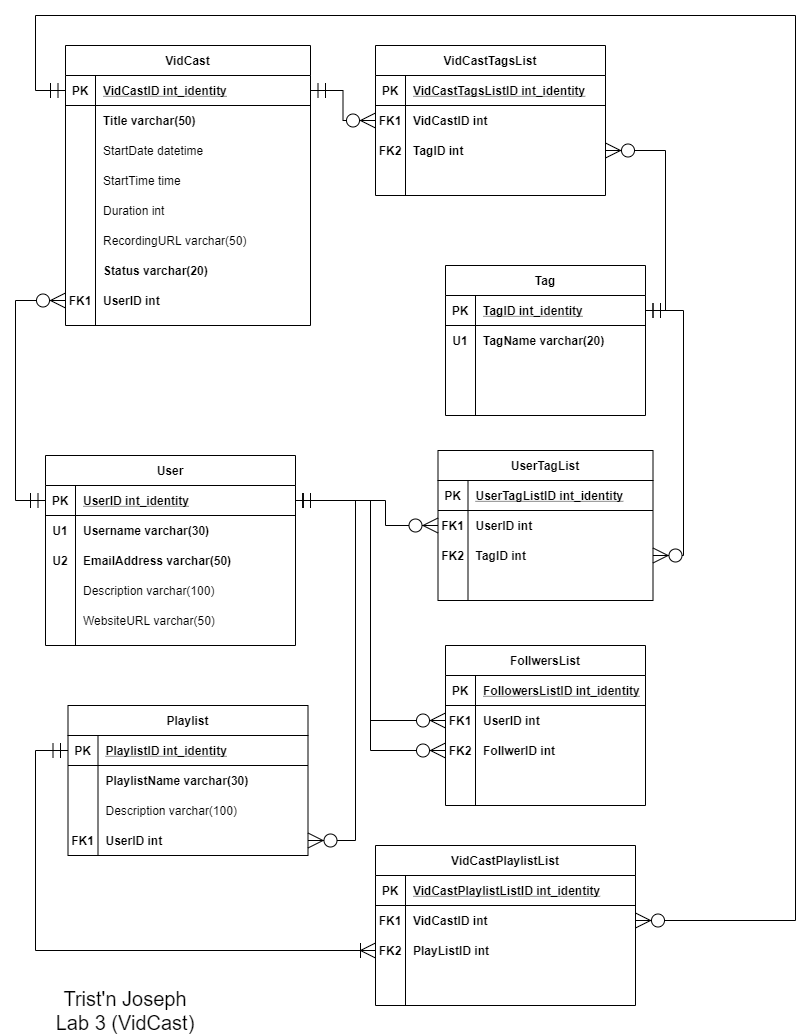
Earlier version of the draw.io export Lab 3/Lab 03 - Logical Modeling (Vidcast).png (trisxcj1/SyracuseUniversity_IST659). Source tidied: cells renumbered, new cells last; positions are measured from the earlier drawing's top-left corner, leaving out a move shared by most shapes.
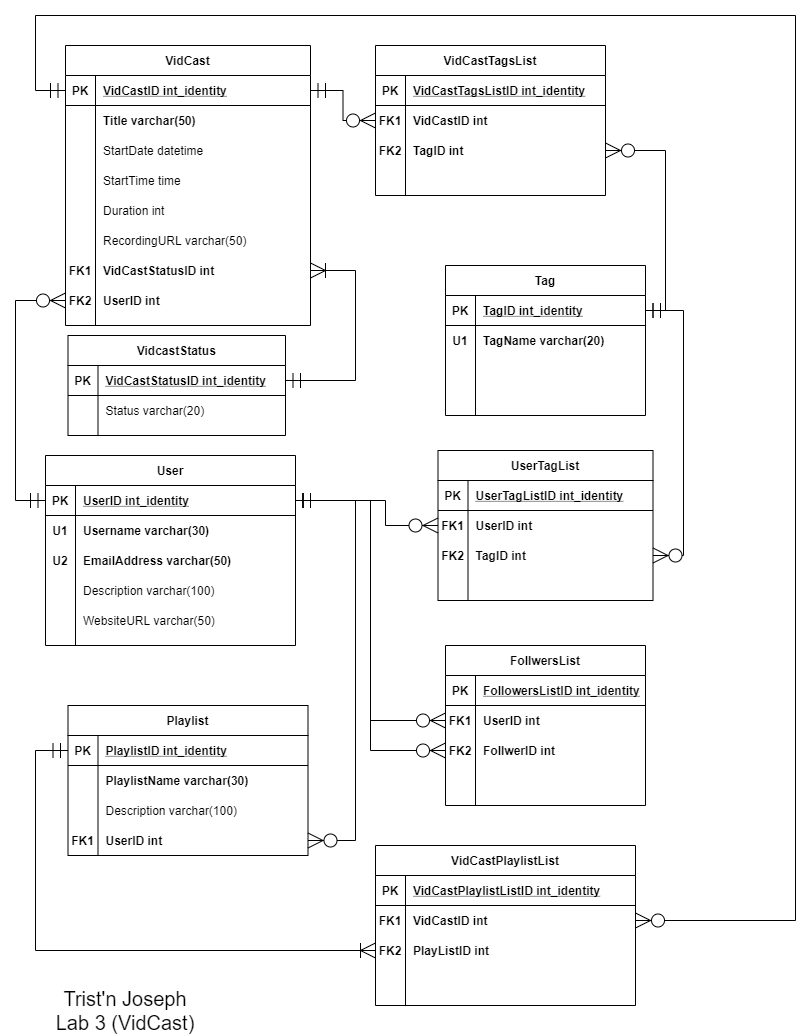
Later version of the same file.

Commit message:
this finite option thingy is wild

The edit, as a diff of the source:
```diff
@@ -149,16 +149,16 @@
     <mxCell id="50" style="shape=partialRectangle;fillColor=none;top=0;left=0;bottom=0;right=0;points=[[0,0.5],[1,0.5]];portConstraint=eastwest;" parent="31" vertex="1">
       <mxGeometry y="210" width="245" height="30" as="geometry" />
     </mxCell>
-    <mxCell id="51" style="shape=partialRectangle;fillColor=none;top=0;left=0;bottom=0;right=0;overflow=hidden;" parent="50" vertex="1">
+    <mxCell id="51" value="FK1" style="shape=partialRectangle;fillColor=none;top=0;left=0;bottom=0;right=0;overflow=hidden;fontStyle=1;" parent="50" vertex="1">
       <mxGeometry width="30" height="30" as="geometry" />
     </mxCell>
-    <mxCell id="52" value="Status varchar(20)" style="shape=partialRectangle;fillColor=none;top=0;left=0;bottom=0;right=0;align=left;spacingLeft=6;overflow=hidden;fontStyle=1;" parent="50" vertex="1">
+    <mxCell id="52" value="VidCastStatusID int" style="shape=partialRectangle;fillColor=none;top=0;left=0;bottom=0;right=0;align=left;spacingLeft=6;overflow=hidden;fontStyle=1;" parent="50" vertex="1">
       <mxGeometry x="30" width="215" height="30" as="geometry" />
     </mxCell>
     <mxCell id="53" style="shape=partialRectangle;fillColor=none;top=0;left=0;bottom=0;right=0;points=[[0,0.5],[1,0.5]];portConstraint=eastwest;" parent="31" vertex="1">
       <mxGeometry y="240" width="245" height="30" as="geometry" />
     </mxCell>
-    <mxCell id="54" value="FK1" style="shape=partialRectangle;fillColor=none;top=0;left=0;bottom=0;right=0;overflow=hidden;fontStyle=1;" parent="53" vertex="1">
+    <mxCell id="54" value="FK2" style="shape=partialRectangle;fillColor=none;top=0;left=0;bottom=0;right=0;overflow=hidden;fontStyle=1;" parent="53" vertex="1">
       <mxGeometry width="30" height="30" as="geometry" />
     </mxCell>
     <mxCell id="55" value="UserID int" style="shape=partialRectangle;fillColor=none;top=0;left=0;bottom=0;right=0;align=left;spacingLeft=6;overflow=hidden;fontStyle=1;" parent="53" vertex="1">
@@ -429,5 +429,34 @@
         </Array>
       </mxGeometry>
     </mxCell>
+    <mxCell id="132" value="VidcastStatus" style="shape=table;startSize=30;rowLines=0;fontStyle=1;align=center;" parent="1" vertex="1">
+      <mxGeometry x="52.5" y="320" width="217.5" height="100" as="geometry" />
+    </mxCell>
+    <mxCell id="133" style="shape=partialRectangle;fillColor=none;top=0;left=0;bottom=1;right=0;points=[[0,0.5],[1,0.5]];portConstraint=eastwest;" parent="132" vertex="1">
+      <mxGeometry y="30" width="217.5" height="30" as="geometry" />
+    </mxCell>
+    <mxCell id="134" value="PK" style="shape=partialRectangle;fillColor=none;top=0;left=0;bottom=0;right=0;fontStyle=1;overflow=hidden;" parent="133" vertex="1">
+      <mxGeometry width="30" height="30" as="geometry" />
+    </mxCell>
+    <mxCell id="135" value="VidCastStatusID int_identity" style="shape=partialRectangle;fillColor=none;top=0;left=0;bottom=0;right=0;align=left;spacingLeft=6;fontStyle=5;overflow=hidden;" parent="133" vertex="1">
+      <mxGeometry x="30" width="187.5" height="30" as="geometry" />
+    </mxCell>
+    <mxCell id="136" style="shape=partialRectangle;fillColor=none;top=0;left=0;bottom=0;right=0;" parent="132" vertex="1">
+      <mxGeometry y="60" width="217.5" height="30" as="geometry" />
+    </mxCell>
+    <mxCell id="137" style="shape=partialRectangle;fillColor=none;top=0;left=0;bottom=0;right=0;overflow=hidden;" parent="136" vertex="1">
+      <mxGeometry width="30" height="30" as="geometry" />
+    </mxCell>
+    <mxCell id="138" value="Status varchar(20)" style="shape=partialRectangle;fillColor=none;top=0;left=0;bottom=0;right=0;align=left;spacingLeft=6;overflow=hidden;" parent="136" vertex="1">
+      <mxGeometry x="30" width="187.5" height="30" as="geometry" />
+    </mxCell>
+    <mxCell id="139" style="edgeStyle=orthogonalEdgeStyle;rounded=0;jettySize=auto;html=1;endSize=13;startSize=13;startArrow=ERmandOne;startFill=0;endArrow=ERoneToMany;endFill=0;" parent="1" edge="1" source="133" target="50">
+      <mxGeometry relative="1" as="geometry">
+        <Array as="points">
+          <mxPoint x="340" y="365" />
+          <mxPoint x="340" y="255" />
+        </Array>
+      </mxGeometry>
+    </mxCell>
   </root>
 </mxGraphModel>
```
